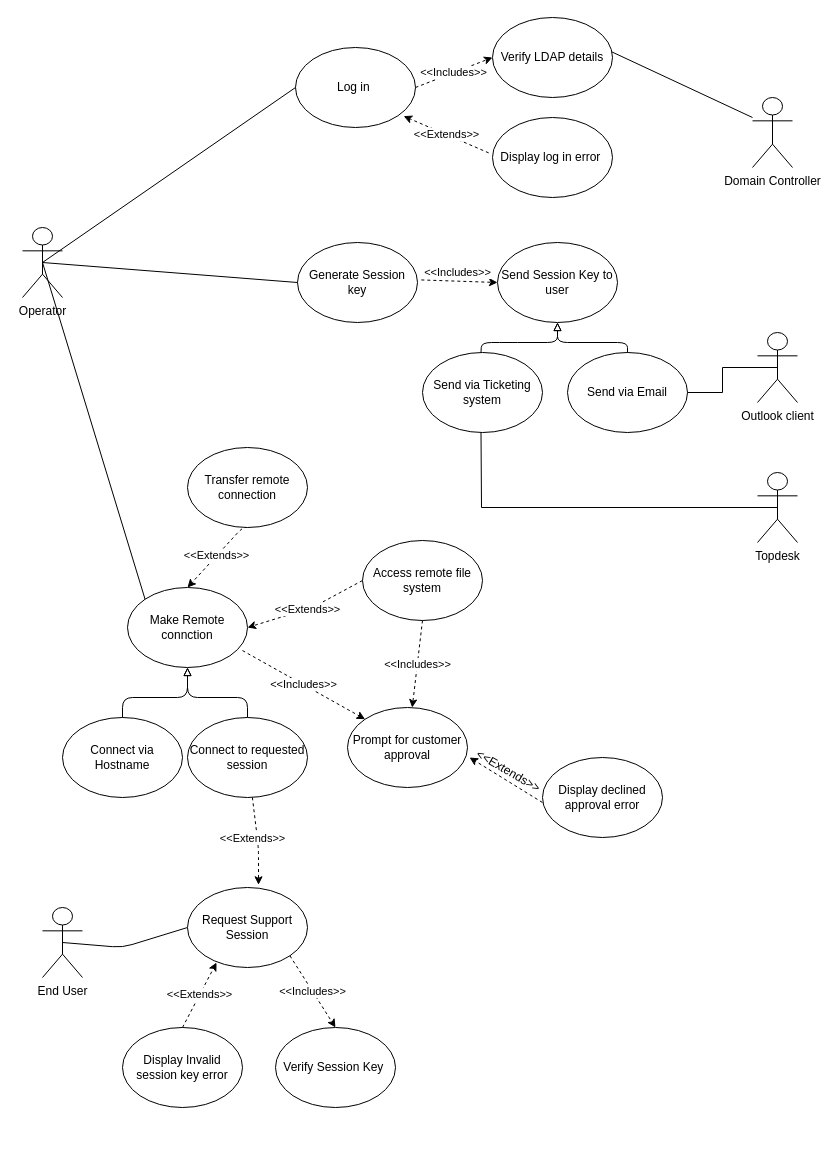
Earlier version of the draw.io diagram First year/Bomgar.drawio (Taytox/GLA). Source tidied: cells renumbered, new cells numbered last; positions are measured from the earlier drawing's top-left corner, leaving out a move shared by most shapes. Both pictures are drawn from the tidied source at 100%, with x=0, y=0 at pixel (22, 17).
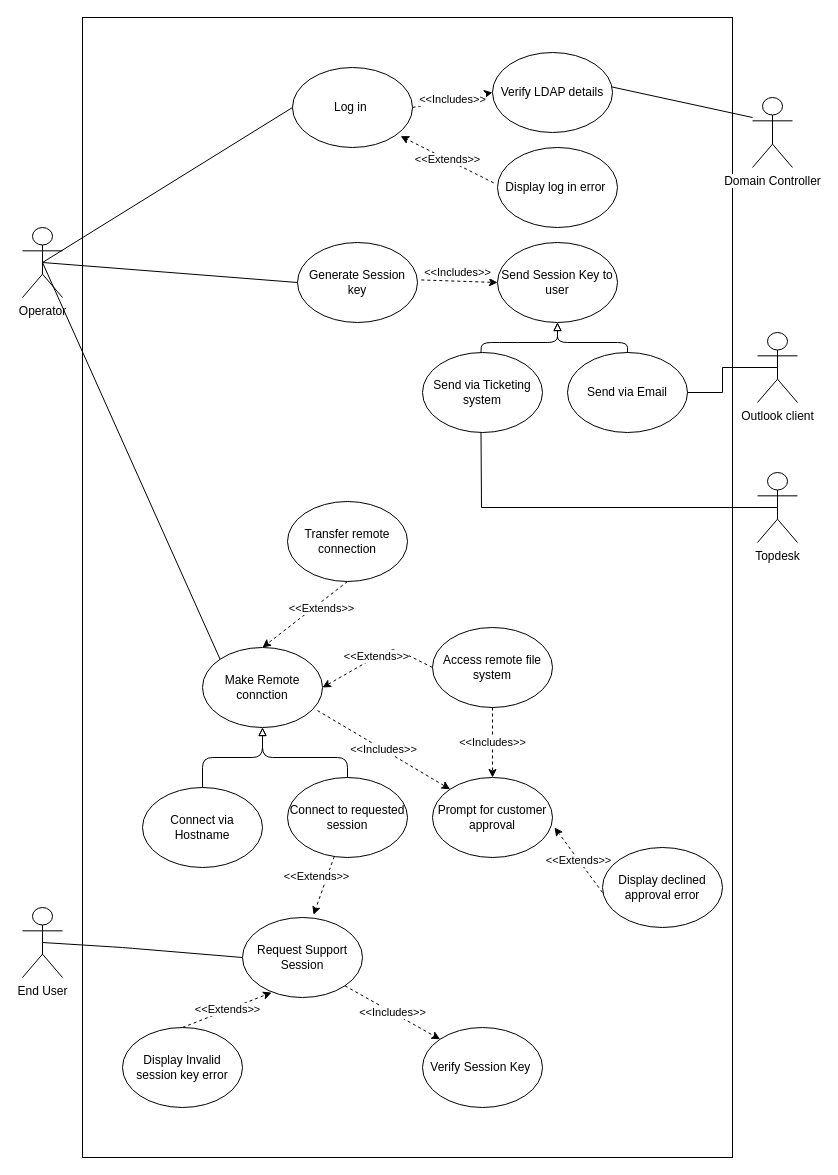
The same page after the edit.

What changed in the source:
```diff
@@
+    <mxCell id="47" style="rounded=0;whiteSpace=wrap;html=1;" parent="1" vertex="1">
+      <mxGeometry x="60" width="650" height="1140" as="geometry" />
+    </mxCell>
@@
     <mxCell id="3" value="End User" style="shape=umlActor;verticalLabelPosition=bottom;labelBackgroundColor=#ffffff;verticalAlign=top;html=1;outlineConnect=0;" parent="1" vertex="1">
-      <mxGeometry x="20" y="890" width="40" height="70" as="geometry" />
+      <mxGeometry y="890" width="40" height="70" as="geometry" />
     </mxCell>
@@
     <mxCell id="6" value="Log in&amp;nbsp;" style="ellipse;whiteSpace=wrap;html=1;" parent="1" vertex="1">
-      <mxGeometry x="273" y="30" width="120" height="80" as="geometry" />
+      <mxGeometry x="270" y="50" width="120" height="80" as="geometry" />
     </mxCell>
     <mxCell id="7" value="Verify LDAP details" style="ellipse;whiteSpace=wrap;html=1;" parent="1" vertex="1">
-      <mxGeometry x="470" width="120" height="80" as="geometry" />
+      <mxGeometry x="470" y="35" width="120" height="80" as="geometry" />
     </mxCell>
@@
-    <mxCell id="9" value="&amp;lt;&amp;lt;Includes&amp;gt;&amp;gt;" style="endArrow=classic;html=1;entryX=0;entryY=0.5;entryDx=0;entryDy=0;dashed=1;" parent="1" edge="1" target="7">
-      <mxGeometry relative="1" as="geometry">
-        <mxPoint x="393" y="70" as="sourcePoint" />
-      </mxGeometry>
+    <mxCell id="9" value="&amp;lt;&amp;lt;Includes&amp;gt;&amp;gt;" style="endArrow=classic;html=1;entryX=0;entryY=0.5;entryDx=0;entryDy=0;dashed=1;exitX=1;exitY=0.5;exitDx=0;exitDy=0;" parent="1" edge="1" source="6" target="7">
+      <mxGeometry relative="1" as="geometry" />
     </mxCell>
     <mxCell id="10" value="Display log in error&amp;nbsp;" style="ellipse;whiteSpace=wrap;html=1;" parent="1" vertex="1">
-      <mxGeometry x="470" y="100" width="120" height="80" as="geometry" />
+      <mxGeometry x="475" y="130" width="120" height="80" as="geometry" />
     </mxCell>
@@
     <mxCell id="24" value="Verify Session Key&amp;nbsp;" style="ellipse;whiteSpace=wrap;html=1;" parent="1" vertex="1">
-      <mxGeometry x="253" y="1010" width="120" height="80" as="geometry" />
+      <mxGeometry x="400" y="1010" width="120" height="80" as="geometry" />
     </mxCell>
@@
     <mxCell id="26" value="Make Remote connction" style="ellipse;whiteSpace=wrap;html=1;" parent="1" vertex="1">
-      <mxGeometry x="105" y="570" width="120" height="80" as="geometry" />
+      <mxGeometry x="180" y="630" width="120" height="80" as="geometry" />
     </mxCell>
@@
     <mxCell id="28" value="Access remote file system" style="ellipse;whiteSpace=wrap;html=1;" parent="1" vertex="1">
-      <mxGeometry x="340" y="523" width="120" height="80" as="geometry" />
+      <mxGeometry x="410" y="610" width="120" height="80" as="geometry" />
     </mxCell>
     <mxCell id="29" value="&amp;lt;&amp;lt;Extends&amp;gt;&amp;gt;" style="endArrow=classic;html=1;exitX=0.5;exitY=1;exitDx=0;exitDy=0;dashed=1;entryX=0.5;entryY=0;entryDx=0;entryDy=0;" parent="1" edge="1" source="37" target="26">
-      <mxGeometry relative="1" as="geometry">
-        <Array as="points">
-          <mxPoint x="220" y="510" />
-        </Array>
+      <mxGeometry x="-0.29" y="6" relative="1" as="geometry">
+        <mxPoint y="-1" as="offset" />
       </mxGeometry>
     </mxCell>
     <mxCell id="30" value="&amp;lt;&amp;lt;Extends&amp;gt;&amp;gt;" style="endArrow=classic;html=1;exitX=0;exitY=0.5;exitDx=0;exitDy=0;dashed=1;entryX=1;entryY=0.5;entryDx=0;entryDy=0;" parent="1" edge="1" source="28" target="26">
       <mxGeometry relative="1" as="geometry">
         <Array as="points">
-          <mxPoint x="290" y="590" />
+          <mxPoint x="370" y="630" />
         </Array>
       </mxGeometry>
     </mxCell>
     <mxCell id="31" value="Prompt for customer approval" style="ellipse;whiteSpace=wrap;html=1;" parent="1" vertex="1">
-      <mxGeometry x="325" y="690" width="120" height="80" as="geometry" />
+      <mxGeometry x="410" y="760" width="120" height="80" as="geometry" />
     </mxCell>
@@
-    <mxCell id="34" style="endArrow=classic;html=1;dashed=1;exitX=0;exitY=0.563;exitDx=0;exitDy=0;exitPerimeter=0;entryX=1.017;entryY=0.625;entryDx=0;entryDy=0;entryPerimeter=0;" parent="1" edge="1" source="36" target="31">
+    <mxCell id="34" value="&amp;lt;&amp;lt;Extends&amp;gt;&amp;gt;" style="endArrow=classic;html=1;dashed=1;exitX=0;exitY=0.563;exitDx=0;exitDy=0;exitPerimeter=0;entryX=1.017;entryY=0.625;entryDx=0;entryDy=0;entryPerimeter=0;" parent="1" edge="1" source="36" target="31">
       <mxGeometry relative="1" as="geometry" />
     </mxCell>
-    <mxCell id="35" value="&amp;lt;&amp;lt;Extends&amp;gt;&amp;gt;" style="text;html=1;align=left;verticalAlign=top;spacingTop=-4;rotation=30;direction=south;" parent="1" vertex="1">
-      <mxGeometry x="435" y="725" width="20" height="90" as="geometry" />
-    </mxCell>
     <mxCell id="36" value="Display declined approval error" style="ellipse;whiteSpace=wrap;html=1;" parent="1" vertex="1">
-      <mxGeometry x="520" y="740" width="120" height="80" as="geometry" />
+      <mxGeometry x="580" y="830" width="120" height="80" as="geometry" />
     </mxCell>
     <mxCell id="37" value="Transfer remote connection" style="ellipse;whiteSpace=wrap;html=1;" parent="1" vertex="1">
-      <mxGeometry x="165" y="430" width="120" height="80" as="geometry" />
+      <mxGeometry x="265" y="484" width="120" height="80" as="geometry" />
     </mxCell>
@@
     <mxCell id="39" value="&amp;lt;&amp;lt;Extends&amp;gt;&amp;gt;" style="endArrow=classic;html=1;dashed=1;entryX=0.592;entryY=-0.034;entryDx=0;entryDy=0;entryPerimeter=0;" parent="1" edge="1" source="43" target="40">
       <mxGeometry x="0.15" y="-12" relative="1" as="geometry">
-        <Array as="points">
-          <mxPoint x="236" y="830" />
-        </Array>
         <mxPoint x="6" y="-10" as="offset" />
       </mxGeometry>
     </mxCell>
     <mxCell id="40" value="Request Support Session" style="ellipse;whiteSpace=wrap;html=1;" parent="1" vertex="1">
-      <mxGeometry x="165" y="870" width="120" height="80" as="geometry" />
+      <mxGeometry x="220" y="900" width="120" height="80" as="geometry" />
     </mxCell>
@@
-    <mxCell id="42" value="&amp;lt;&amp;lt;Includes&amp;gt;&amp;gt;" style="endArrow=classic;html=1;exitX=1;exitY=1;exitDx=0;exitDy=0;entryX=0.5;entryY=0;entryDx=0;entryDy=0;dashed=1;" parent="1" edge="1" source="40" target="24">
+    <mxCell id="42" value="&amp;lt;&amp;lt;Includes&amp;gt;&amp;gt;" style="endArrow=classic;html=1;exitX=1;exitY=1;exitDx=0;exitDy=0;entryX=0;entryY=0;entryDx=0;entryDy=0;dashed=1;" parent="1" edge="1" source="40" target="24">
       <mxGeometry relative="1" as="geometry" />
     </mxCell>
     <mxCell id="43" value="Connect to requested session" style="ellipse;whiteSpace=wrap;html=1;" parent="1" vertex="1">
-      <mxGeometry x="165" y="700" width="120" height="80" as="geometry" />
+      <mxGeometry x="265" y="760" width="120" height="80" as="geometry" />
     </mxCell>
     <mxCell id="44" value="Connect via Hostname" style="ellipse;whiteSpace=wrap;html=1;" parent="1" vertex="1">
-      <mxGeometry x="40" y="700" width="120" height="80" as="geometry" />
+      <mxGeometry x="120" y="770" width="120" height="80" as="geometry" />
     </mxCell>
     <mxCell id="45" style="edgeStyle=elbowEdgeStyle;elbow=vertical;endArrow=block;html=1;entryX=0.5;entryY=1;entryDx=0;entryDy=0;exitX=0.5;exitY=0;exitDx=0;exitDy=0;endFill=0;" parent="1" edge="1" source="44" target="26">
       <mxGeometry relative="1" as="geometry">
         <Array as="points">
-          <mxPoint x="180" y="680" />
+          <mxPoint x="210" y="740" />
           <mxPoint x="130" y="730" />
         </Array>
       </mxGeometry>
     </mxCell>
     <mxCell id="46" style="edgeStyle=elbowEdgeStyle;elbow=vertical;endArrow=block;html=1;exitX=0.5;exitY=0;exitDx=0;exitDy=0;entryX=0.5;entryY=1;entryDx=0;entryDy=0;endFill=0;" parent="1" edge="1" source="43" target="26">
       <mxGeometry relative="1" as="geometry">
         <Array as="points">
-          <mxPoint x="220" y="680" />
+          <mxPoint x="280" y="740" />
           <mxPoint x="190" y="730" />
         </Array>
       </mxGeometry>
     </mxCell>
```
